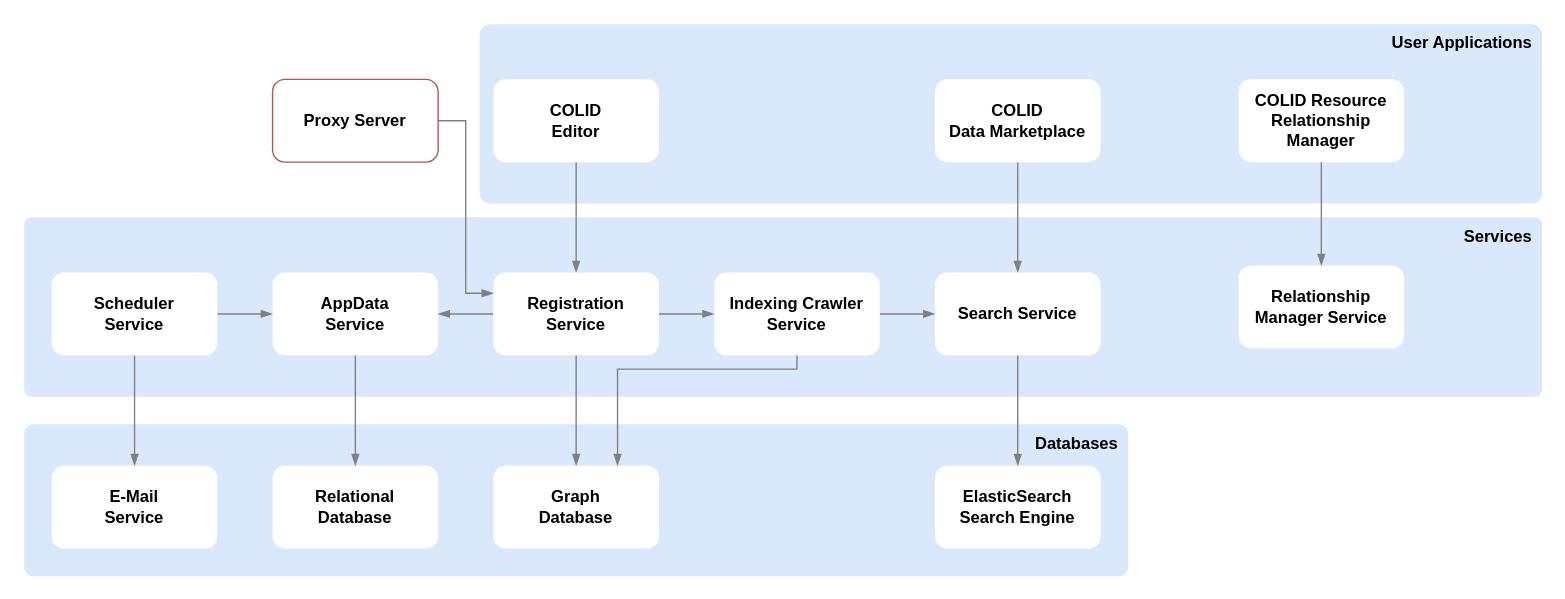
Above: assets/architecture/architecture-overview.drawio in Bayer-Group/COLID-Documentation (draw.io), before the change. Source tidied: cells renumbered, new cells numbered last; positions are measured from the earlier drawing's top-left corner, leaving out a move shared by most shapes. Both pictures are drawn from the tidied source at 138%, with x=0, y=0 at pixel (23, 23).
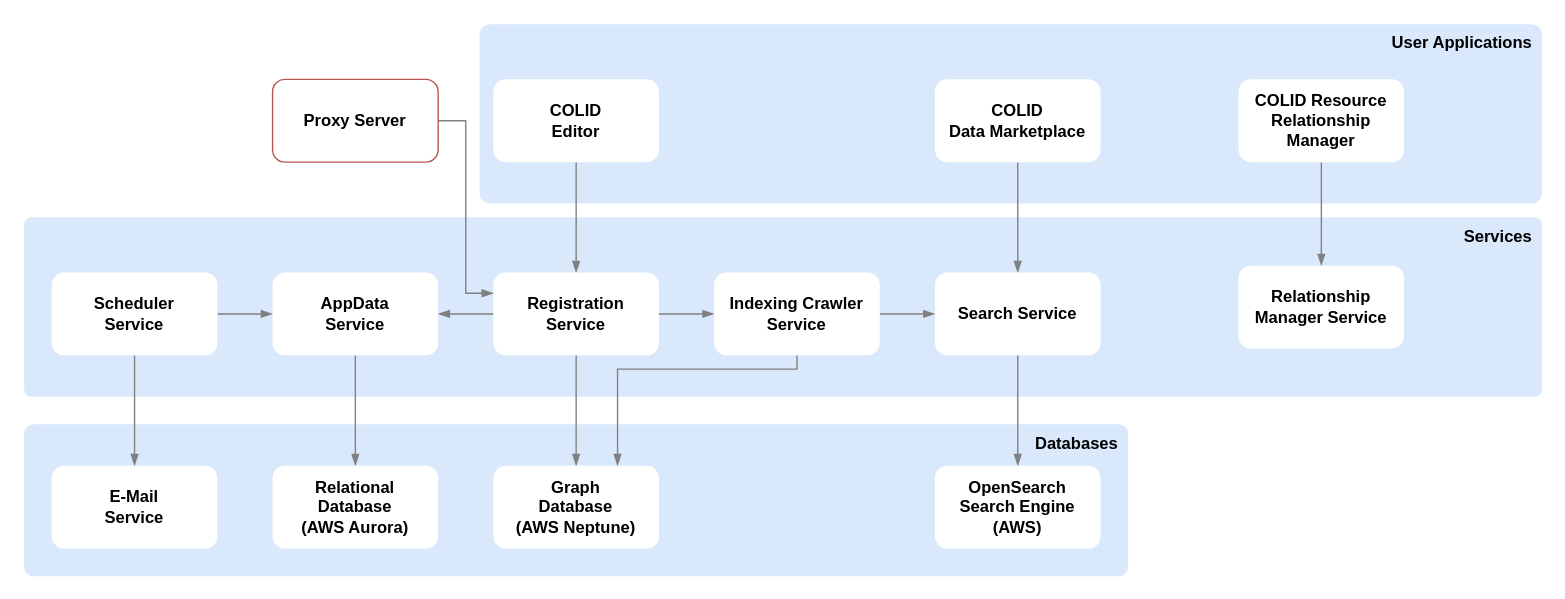
The same page after the edit.

Diff of the diagram source:
```diff
@@
-    <mxCell id="22" value="Graph&lt;br&gt;Database" style="rounded=1;whiteSpace=wrap;html=1;strokeColor=none;fontStyle=1;" parent="1" vertex="1">
+    <mxCell id="22" value="Graph&lt;br&gt;Database&lt;br&gt;(AWS Neptune)" style="rounded=1;whiteSpace=wrap;html=1;strokeColor=none;fontStyle=1;" parent="1" vertex="1">
       <mxGeometry x="340" y="320" width="120" height="60" as="geometry" />
     </mxCell>
-    <mxCell id="23" value="ElasticSearch&lt;br&gt;Search Engine" style="rounded=1;whiteSpace=wrap;html=1;strokeColor=none;fontStyle=1;" parent="1" vertex="1">
+    <mxCell id="23" value="OpenSearch&lt;br&gt;Search Engine (AWS)" style="rounded=1;whiteSpace=wrap;html=1;strokeColor=none;fontStyle=1;" parent="1" vertex="1">
       <mxGeometry x="660" y="320" width="120" height="60" as="geometry" />
     </mxCell>
@@
-    <mxCell id="28" value="Relational&lt;br&gt;Database" style="rounded=1;whiteSpace=wrap;html=1;strokeColor=none;fontStyle=1;" parent="1" vertex="1">
+    <mxCell id="28" value="Relational&lt;br&gt;Database&lt;br&gt;(AWS Aurora)" style="rounded=1;whiteSpace=wrap;html=1;strokeColor=none;fontStyle=1;" parent="1" vertex="1">
       <mxGeometry x="180" y="320" width="120" height="60" as="geometry" />
     </mxCell>
```
